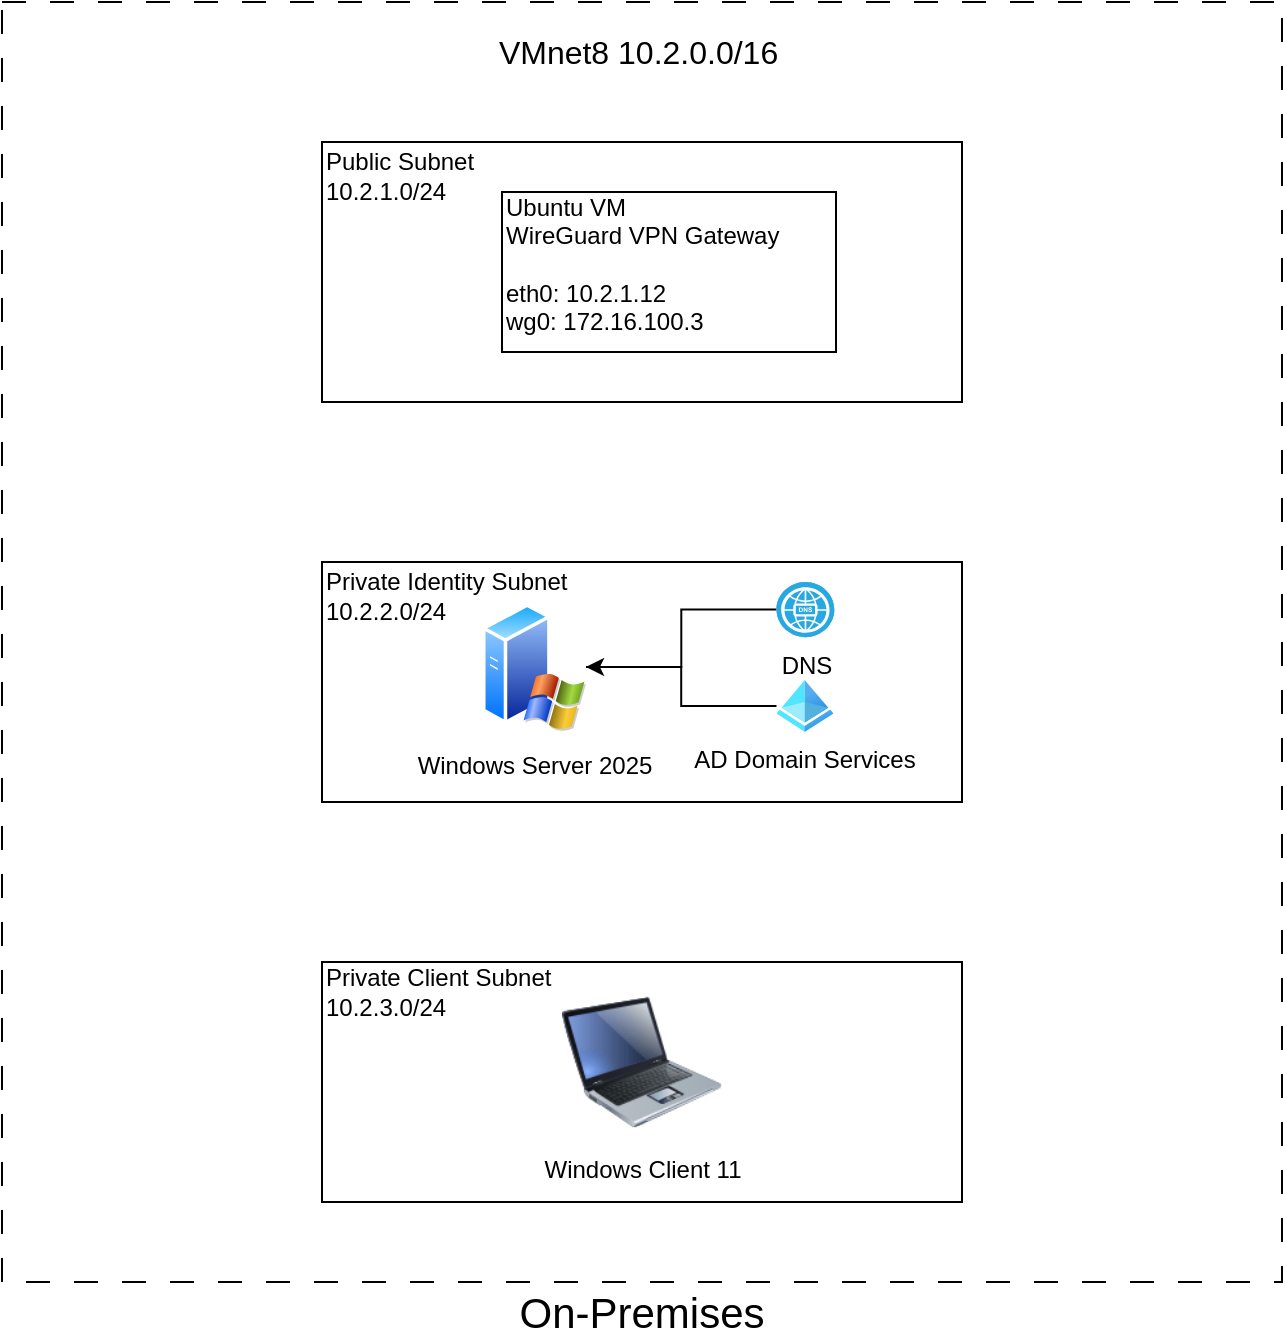
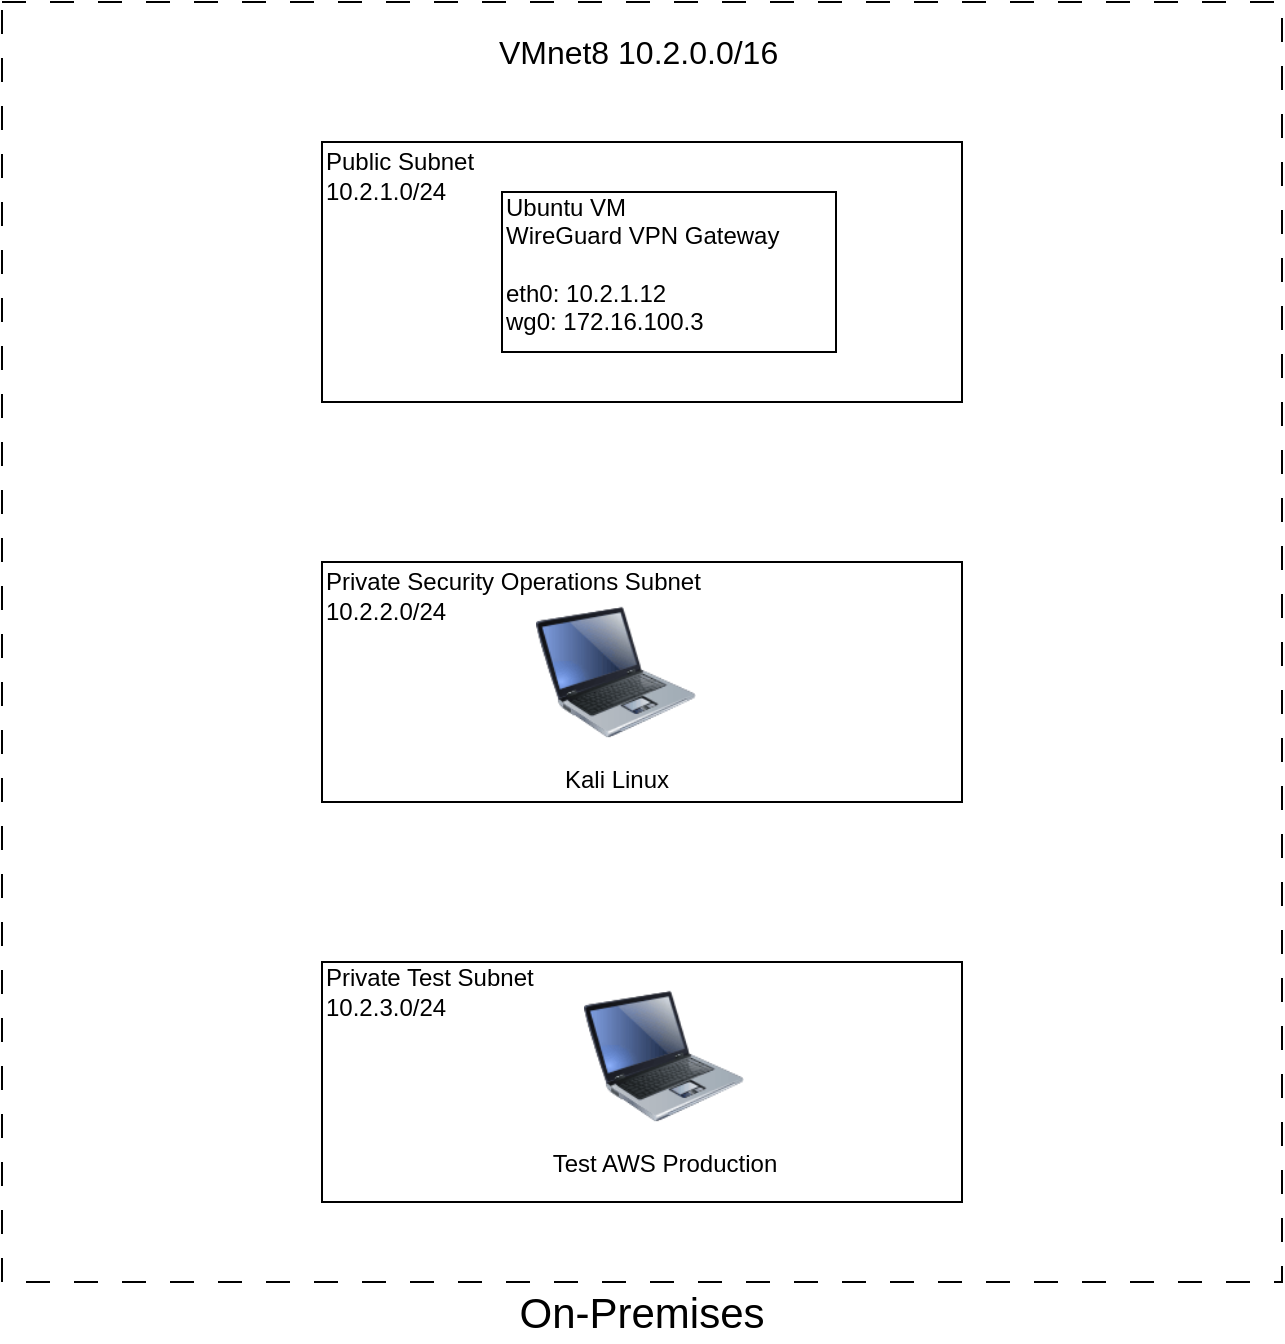
<mxfile host="Electron">
  <diagram name="Page-1" id="2XKusGkC_Uru7LLcT-Ei">
-     <mxGraphModel dx="1312" dy="650" grid="0" gridSize="10" guides="1" tooltips="1" connect="1" arrows="1" fold="1" page="0" pageScale="1" pageWidth="850" pageHeight="1100" math="0" shadow="0">
+     <mxGraphModel dx="1325" dy="657" grid="0" gridSize="10" guides="1" tooltips="1" connect="1" arrows="1" fold="1" page="0" pageScale="1" pageWidth="850" pageHeight="1100" math="0" shadow="0">
      <root>
        <mxCell id="0" />
        <mxCell id="1" parent="0" />
        <mxCell id="EOUbcXdezM008GbUI7hu-1" parent="1" style="whiteSpace=wrap;html=1;fillColor=none;dashed=1;dashPattern=12 12;" value="" vertex="1">
          <mxGeometry height="640" width="640" x="120" y="40" as="geometry" />
        </mxCell>
        <mxCell id="EOUbcXdezM008GbUI7hu-2" parent="1" style="text;html=1;whiteSpace=wrap;strokeColor=none;fillColor=none;align=center;verticalAlign=middle;rounded=0;" value="&lt;font style=&quot;font-size: 21px;&quot;&gt;On-Premises&lt;/font&gt;" vertex="1">
          <mxGeometry height="30" width="160" x="360" y="680" as="geometry" />
        </mxCell>
        <mxCell id="EOUbcXdezM008GbUI7hu-5" parent="1" style="text;html=1;whiteSpace=wrap;strokeColor=none;fillColor=none;align=center;verticalAlign=middle;rounded=0;" value="&lt;font style=&quot;font-size: 16px;&quot;&gt;VMnet8 10.2.0.0/16&amp;nbsp;&lt;/font&gt;" vertex="1">
          <mxGeometry height="30" width="183" x="349" y="50" as="geometry" />
        </mxCell>
        <mxCell id="EOUbcXdezM008GbUI7hu-6" parent="1" style="whiteSpace=wrap;html=1;fillColor=none;" value="" vertex="1">
          <mxGeometry height="130" width="320" x="280" y="110" as="geometry" />
        </mxCell>
        <mxCell id="EOUbcXdezM008GbUI7hu-7" parent="1" style="whiteSpace=wrap;html=1;fillColor=none;" value="" vertex="1">
          <mxGeometry height="120" width="320" x="280" y="320" as="geometry" />
        </mxCell>
        <mxCell id="EOUbcXdezM008GbUI7hu-8" parent="1" style="whiteSpace=wrap;html=1;fillColor=none;" value="" vertex="1">
          <mxGeometry height="120" width="320" x="280" y="520" as="geometry" />
        </mxCell>
        <mxCell id="EOUbcXdezM008GbUI7hu-9" parent="1" style="text;html=1;whiteSpace=wrap;strokeColor=none;fillColor=none;align=left;verticalAlign=middle;rounded=0;" value="Public Subnet&lt;div&gt;10.2.1.0/24&lt;/div&gt;" vertex="1">
          <mxGeometry height="30" width="90" x="280" y="112" as="geometry" />
        </mxCell>
-         <mxCell id="EOUbcXdezM008GbUI7hu-10" parent="1" style="text;html=1;whiteSpace=wrap;strokeColor=none;fillColor=none;align=left;verticalAlign=middle;rounded=0;" value="Private Identity Subnet&lt;div&gt;10.2.2&lt;span style=&quot;color: rgba(0, 0, 0, 0); font-family: monospace; font-size: 0px; white-space: nowrap; background-color: transparent;&quot;&gt;%3CmxGraphModel%3E%3Croot%3E%3CmxCell%20id%3D%220%22%2F%3E%3CmxCell%20id%3D%221%22%20parent%3D%220%22%2F%3E%3CmxCell%20id%3D%222%22%20parent%3D%221%22%20style%3D%22text%3Bhtml%3D1%3BwhiteSpace%3Dwrap%3BstrokeColor%3Dnone%3BfillColor%3Dnone%3Balign%3Dleft%3BverticalAlign%3Dmiddle%3Brounded%3D0%3B%22%20value%3D%22Public%20Subnet%26lt%3Bdiv%26gt%3B10.2.1.0%2F24%26lt%3B%2Fdiv%26gt%3B%22%20vertex%3D%221%22%3E%3CmxGeometry%20height%3D%2230%22%20width%3D%2290%22%20x%3D%22280%22%20y%3D%22110%22%20as%3D%22geometry%22%2F%3E%3C%2FmxCell%3E%3C%2Froot%3E%3C%2FmxGraphModel%3E&lt;/span&gt;&lt;span style=&quot;color: rgba(0, 0, 0, 0); font-family: monospace; font-size: 0px; white-space: nowrap; background-color: transparent;&quot;&gt;%3CmxGraphModel%3E%3Croot%3E%3CmxCell%20id%3D%220%22%2F%3E%3CmxCell%20id%3D%221%22%20parent%3D%220%22%2F%3E%3CmxCell%20id%3D%222%22%20parent%3D%221%22%20style%3D%22text%3Bhtml%3D1%3BwhiteSpace%3Dwrap%3BstrokeColor%3Dnone%3BfillColor%3Dnone%3Balign%3Dleft%3BverticalAlign%3Dmiddle%3Brounded%3D0%3B%22%20value%3D%22Public%20Subnet%26lt%3Bdiv%26gt%3B10.2.1.0%2F24%26lt%3B%2Fdiv%26gt%3B%22%20vertex%3D%221%22%3E%3CmxGeometry%20height%3D%2230%22%20width%3D%2290%22%20x%3D%22280%22%20y%3D%22110%22%20as%3D%22geometry%22%2F%3E%3C%2FmxCell%3E%3C%2Froot%3E%3C%2FmxGraphModel%3E&lt;/span&gt;&lt;span style=&quot;background-color: transparent; color: light-dark(rgb(0, 0, 0), rgb(255, 255, 255));&quot;&gt;.0/24&lt;/span&gt;&lt;/div&gt;" vertex="1">
-           <mxGeometry height="30" width="133" x="280" y="322" as="geometry" />
+         <mxCell id="EOUbcXdezM008GbUI7hu-10" parent="1" style="text;html=1;whiteSpace=wrap;strokeColor=none;fillColor=none;align=left;verticalAlign=middle;rounded=0;" value="Private Security Operations Subnet&lt;div&gt;10.2.2&lt;span style=&quot;color: rgba(0, 0, 0, 0); font-family: monospace; font-size: 0px; white-space: nowrap; background-color: transparent;&quot;&gt;%3CmxGraphModel%3E%3Croot%3E%3CmxCell%20id%3D%220%22%2F%3E%3CmxCell%20id%3D%221%22%20parent%3D%220%22%2F%3E%3CmxCell%20id%3D%222%22%20parent%3D%221%22%20style%3D%22text%3Bhtml%3D1%3BwhiteSpace%3Dwrap%3BstrokeColor%3Dnone%3BfillColor%3Dnone%3Balign%3Dleft%3BverticalAlign%3Dmiddle%3Brounded%3D0%3B%22%20value%3D%22Public%20Subnet%26lt%3Bdiv%26gt%3B10.2.1.0%2F24%26lt%3B%2Fdiv%26gt%3B%22%20vertex%3D%221%22%3E%3CmxGeometry%20height%3D%2230%22%20width%3D%2290%22%20x%3D%22280%22%20y%3D%22110%22%20as%3D%22geometry%22%2F%3E%3C%2FmxCell%3E%3C%2Froot%3E%3C%2FmxGraphModel%3E&lt;/span&gt;&lt;span style=&quot;color: rgba(0, 0, 0, 0); font-family: monospace; font-size: 0px; white-space: nowrap; background-color: transparent;&quot;&gt;%3CmxGraphModel%3E%3Croot%3E%3CmxCell%20id%3D%220%22%2F%3E%3CmxCell%20id%3D%221%22%20parent%3D%220%22%2F%3E%3CmxCell%20id%3D%222%22%20parent%3D%221%22%20style%3D%22text%3Bhtml%3D1%3BwhiteSpace%3Dwrap%3BstrokeColor%3Dnone%3BfillColor%3Dnone%3Balign%3Dleft%3BverticalAlign%3Dmiddle%3Brounded%3D0%3B%22%20value%3D%22Public%20Subnet%26lt%3Bdiv%26gt%3B10.2.1.0%2F24%26lt%3B%2Fdiv%26gt%3B%22%20vertex%3D%221%22%3E%3CmxGeometry%20height%3D%2230%22%20width%3D%2290%22%20x%3D%22280%22%20y%3D%22110%22%20as%3D%22geometry%22%2F%3E%3C%2FmxCell%3E%3C%2Froot%3E%3C%2FmxGraphModel%3E&lt;/span&gt;&lt;span style=&quot;background-color: transparent; color: light-dark(rgb(0, 0, 0), rgb(255, 255, 255));&quot;&gt;.0/24&lt;/span&gt;&lt;/div&gt;" vertex="1">
+           <mxGeometry height="30" width="202" x="280" y="322" as="geometry" />
        </mxCell>
-         <mxCell id="EOUbcXdezM008GbUI7hu-12" parent="1" style="text;html=1;whiteSpace=wrap;strokeColor=none;fillColor=none;align=left;verticalAlign=middle;rounded=0;" value="Private Client Subnet&lt;div&gt;10.2.3.0/24&lt;/div&gt;" vertex="1">
+         <mxCell id="EOUbcXdezM008GbUI7hu-12" parent="1" style="text;html=1;whiteSpace=wrap;strokeColor=none;fillColor=none;align=left;verticalAlign=middle;rounded=0;" value="Private Test Subnet&lt;div&gt;10.2.3.0/24&lt;/div&gt;" vertex="1">
          <mxGeometry height="30" width="123" x="280" y="520" as="geometry" />
        </mxCell>
        <mxCell id="EOUbcXdezM008GbUI7hu-14" parent="1" style="whiteSpace=wrap;html=1;fillColor=none;" value="" vertex="1">
          <mxGeometry height="80" width="167" x="370" y="135" as="geometry" />
        </mxCell>
        <mxCell id="EOUbcXdezM008GbUI7hu-15" parent="1" style="text;html=1;whiteSpace=wrap;strokeColor=none;fillColor=none;align=left;verticalAlign=middle;rounded=0;" value="Ubuntu VM&lt;div&gt;WireGuard VPN Gateway&lt;/div&gt;&lt;div&gt;&lt;br&gt;&lt;div&gt;eth0: 10.2.1.12&lt;br&gt;&lt;div&gt;wg0: 172.16.100.3&lt;/div&gt;&lt;/div&gt;&lt;/div&gt;" vertex="1">
          <mxGeometry height="30" width="162" x="370" y="156" as="geometry" />
        </mxCell>
-         <mxCell id="EOUbcXdezM008GbUI7hu-22" parent="1" style="image;html=1;image=img/lib/clip_art/computers/Laptop_128x128.png" value="Windows Client 11" vertex="1">
-           <mxGeometry height="80" width="80" x="400" y="530" as="geometry" />
+         <mxCell id="EOUbcXdezM008GbUI7hu-22" parent="1" style="image;html=1;image=img/lib/clip_art/computers/Laptop_128x128.png" value="Kali Linux" vertex="1">
+           <mxGeometry height="80" width="80" x="387" y="335" as="geometry" />
        </mxCell>
-         <mxCell id="EOUbcXdezM008GbUI7hu-23" connectable="0" parent="1" style="group" value="" vertex="1">
-           <mxGeometry height="64.98" width="180" x="360" y="340" as="geometry" />
-         </mxCell>
-         <mxCell id="EOUbcXdezM008GbUI7hu-17" edge="1" parent="EOUbcXdezM008GbUI7hu-23" source="EOUbcXdezM008GbUI7hu-18" style="edgeStyle=orthogonalEdgeStyle;rounded=0;orthogonalLoop=1;jettySize=auto;html=1;endArrow=none;endFill=0;" target="EOUbcXdezM008GbUI7hu-21" value="">
-           <mxGeometry relative="1" as="geometry" />
-         </mxCell>
-         <mxCell id="EOUbcXdezM008GbUI7hu-18" parent="EOUbcXdezM008GbUI7hu-23" style="image;aspect=fixed;perimeter=ellipsePerimeter;html=1;align=center;shadow=0;dashed=0;spacingTop=3;image=img/lib/active_directory/windows_server_2.svg;" value="Windows Server 2025" vertex="1">
-           <mxGeometry height="64.97999999999999" width="51.996234408096015" as="geometry" />
-         </mxCell>
-         <mxCell id="EOUbcXdezM008GbUI7hu-19" edge="1" parent="EOUbcXdezM008GbUI7hu-23" source="EOUbcXdezM008GbUI7hu-20" style="edgeStyle=orthogonalEdgeStyle;rounded=0;orthogonalLoop=1;jettySize=auto;html=1;" target="EOUbcXdezM008GbUI7hu-18" value="">
-           <mxGeometry relative="1" as="geometry" />
-         </mxCell>
-         <mxCell id="EOUbcXdezM008GbUI7hu-20" parent="EOUbcXdezM008GbUI7hu-23" style="fillColor=#28A8E0;verticalLabelPosition=bottom;sketch=0;html=1;strokeColor=#ffffff;verticalAlign=top;align=center;points=[[0.145,0.145,0],[0.5,0,0],[0.855,0.145,0],[1,0.5,0],[0.855,0.855,0],[0.5,1,0],[0.145,0.855,0],[0,0.5,0]];pointerEvents=1;shape=mxgraph.cisco_safe.compositeIcon;bgIcon=ellipse;resIcon=mxgraph.cisco_safe.capability.dns;" value="DNS" vertex="1">
-           <mxGeometry height="27.59" width="28.9" x="147.25" y="-10" as="geometry" />
-         </mxCell>
-         <mxCell id="EOUbcXdezM008GbUI7hu-21" parent="EOUbcXdezM008GbUI7hu-23" style="image;aspect=fixed;html=1;points=[];align=center;fontSize=12;image=img/lib/azure2/identity/Azure_Active_Directory.svg;" value="AD Domain Services" vertex="1">
-           <mxGeometry height="25.998117204048008" width="28.437352318192506" x="147.24630590077305" y="38.98188279595195" as="geometry" />
+         <mxCell id="IULsNOZUB1_Y1RCRdrQc-1" parent="1" style="image;html=1;image=img/lib/clip_art/computers/Laptop_128x128.png" value="Test AWS Production" vertex="1">
+           <mxGeometry height="80" width="80" x="411" y="527" as="geometry" />
        </mxCell>
      </root>
    </mxGraphModel>
  </diagram>
</mxfile>
